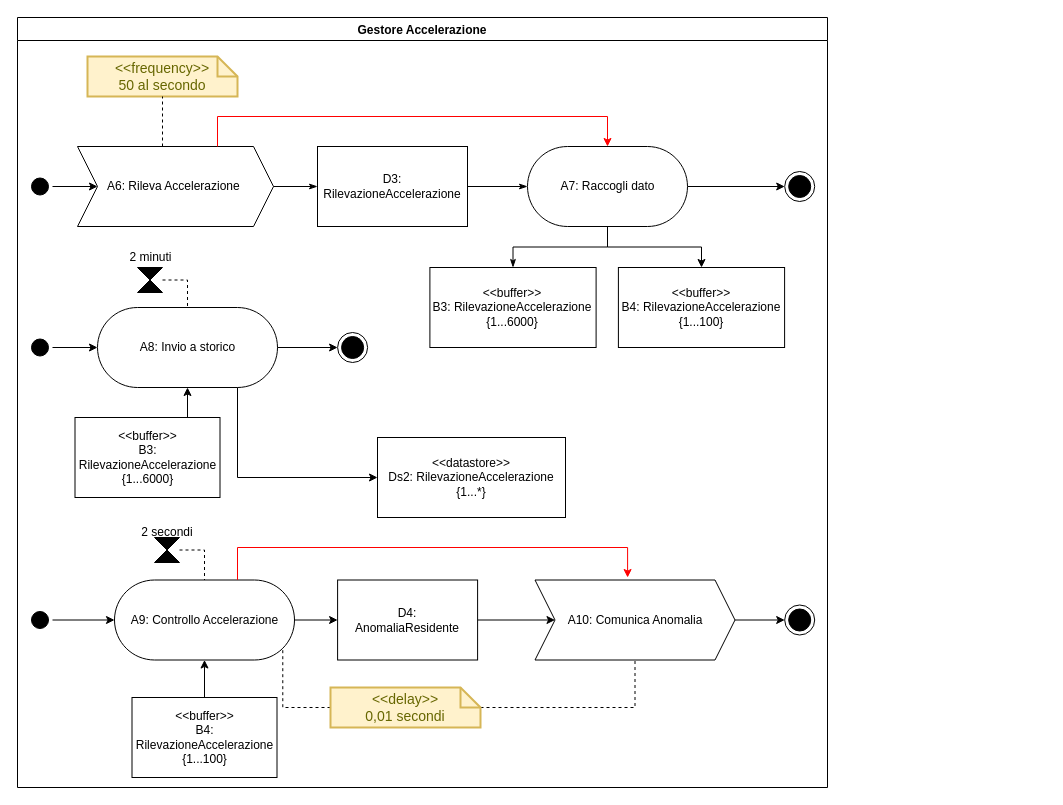
Above: page "Gestore Accelerazione" (3 of 7) of Progetto/Diagrammi_Attivita/DiagrammiAttivita.drawio in Wonderjack996/unimib-software-architecture (draw.io), before the change. Source tidied: cells renumbered, new cells numbered last; positions are measured from the earlier drawing's top-left corner, leaving out a move shared by most shapes. Both pictures are drawn from the tidied source at 100%, with x=0, y=0 at pixel (17, 17).
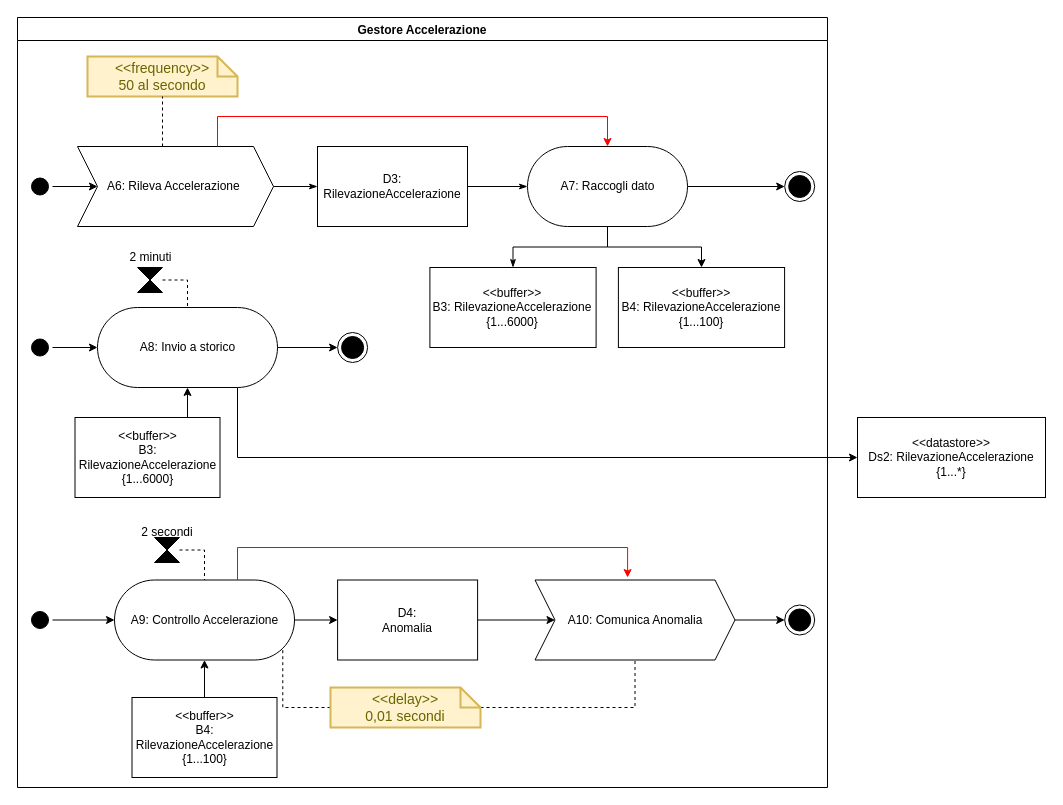
Above is the later version.

The change refers to these unchanged cells:
```xml
<mxCell id="6" value="Gestore Accelerazione" style="swimlane;" parent="1" vertex="1">
  <mxGeometry width="810" height="770" as="geometry" />
</mxCell>
<mxCell id="8" value="&lt;div&gt;A8: Invio a storico&lt;/div&gt;" style="html=1;dashed=0;whitespace=wrap;shape=mxgraph.dfd.start;" parent="6" vertex="1">
  <mxGeometry x="80" y="290" width="180" height="80" as="geometry" />
</mxCell>
```

Change to the diagram source:
```diff
@@
-    <mxCell id="27" value="D4:&lt;br&gt;AnomaliaResidente" style="rounded=0;whiteSpace=wrap;html=1;" parent="6" vertex="1">
+    <mxCell id="27" value="D4:&lt;br&gt;Anomalia" style="rounded=0;whiteSpace=wrap;html=1;" parent="6" vertex="1">
       <mxGeometry x="320.1" y="562.5" width="140" height="80" as="geometry" />
     </mxCell>
@@
-    <mxCell id="47" value="&lt;div&gt;&amp;lt;&amp;lt;datastore&amp;gt;&amp;gt;&lt;/div&gt;&lt;div&gt;Ds2: RilevazioneAccelerazione&lt;/div&gt;&lt;div&gt;{1...*}&lt;br&gt;&lt;/div&gt;" style="rounded=0;whiteSpace=wrap;html=1;" parent="6" vertex="1">
-      <mxGeometry x="360" y="420" width="188" height="80" as="geometry" />
+    <mxCell id="47" value="&lt;div&gt;&amp;lt;&amp;lt;datastore&amp;gt;&amp;gt;&lt;/div&gt;&lt;div&gt;Ds2: RilevazioneAccelerazione&lt;/div&gt;&lt;div&gt;{1...*}&lt;br&gt;&lt;/div&gt;" style="rounded=0;whiteSpace=wrap;html=1;" parent="1" vertex="1">
+      <mxGeometry x="840" y="400" width="188" height="80" as="geometry" />
     </mxCell>
-    <mxCell id="48" style="edgeStyle=orthogonalEdgeStyle;rounded=0;jettySize=auto;html=1;entryX=0;entryY=0.5;entryDx=0;entryDy=0;strokeColor=#000000;endArrow=classic;endFill=1;" parent="6" edge="1" source="8" target="47">
+    <mxCell id="48" style="edgeStyle=orthogonalEdgeStyle;rounded=0;jettySize=auto;html=1;entryX=0;entryY=0.5;entryDx=0;entryDy=0;strokeColor=#000000;endArrow=classic;endFill=1;" parent="1" edge="1" source="8" target="47">
       <mxGeometry relative="1" as="geometry">
         <Array as="points">
-          <mxPoint x="220" y="460" />
+          <mxPoint x="220" y="440" />
         </Array>
       </mxGeometry>
     </mxCell>
```
